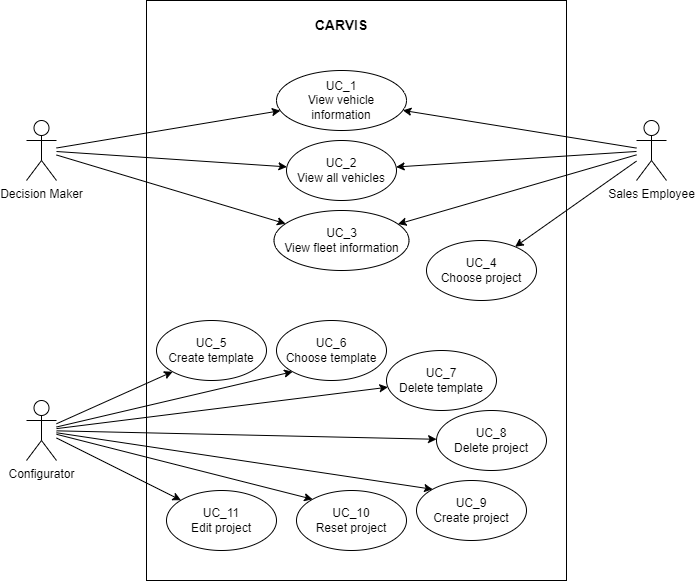
marvinkarhan/PSE-Requirements-Specification keeps this draw.io diagram as latex/tex/bilder/use_case_diagram.png. Above is the earlier version. Source tidied: cells renumbered, new cells last; positions are measured from the earlier drawing's top-left corner, leaving out a move shared by most shapes. Its diagram source:
```xml
<mxGraphModel>
  <root>
    <mxCell id="0" />
    <mxCell id="1" parent="0" />
    <mxCell id="2" style="whiteSpace=wrap;html=1;" parent="1" vertex="1">
      <mxGeometry x="120" width="420" height="580" as="geometry" />
    </mxCell>
    <mxCell id="3" style="edgeStyle=none;rounded=0;jettySize=auto;html=1;entryX=0;entryY=0;entryDx=0;entryDy=0;" parent="1" edge="1" source="10" target="23">
      <mxGeometry relative="1" as="geometry" />
    </mxCell>
    <mxCell id="4" style="edgeStyle=none;rounded=0;jettySize=auto;html=1;" parent="1" edge="1" source="10" target="24">
      <mxGeometry relative="1" as="geometry" />
    </mxCell>
    <mxCell id="5" style="edgeStyle=none;rounded=0;jettySize=auto;html=1;" parent="1" edge="1" source="10" target="27">
      <mxGeometry relative="1" as="geometry" />
    </mxCell>
    <mxCell id="6" style="edgeStyle=none;rounded=0;jettySize=auto;html=1;entryX=0;entryY=0;entryDx=0;entryDy=0;" parent="1" edge="1" source="10" target="28">
      <mxGeometry relative="1" as="geometry" />
    </mxCell>
    <mxCell id="7" style="edgeStyle=none;rounded=0;jettySize=auto;html=1;entryX=0;entryY=1;entryDx=0;entryDy=0;" parent="1" edge="1" source="10" target="25">
      <mxGeometry relative="1" as="geometry" />
    </mxCell>
    <mxCell id="8" style="edgeStyle=none;rounded=0;jettySize=auto;html=1;entryX=0;entryY=1;entryDx=0;entryDy=0;" parent="1" edge="1" source="10" target="26">
      <mxGeometry relative="1" as="geometry" />
    </mxCell>
    <mxCell id="9" style="edgeStyle=none;rounded=0;jettySize=auto;html=1;" parent="1" edge="1" source="10" target="29">
      <mxGeometry relative="1" as="geometry" />
    </mxCell>
    <mxCell id="10" value="Configurator" style="shape=umlActor;verticalLabelPosition=bottom;verticalAlign=top;html=1;outlineConnect=0;" parent="1" vertex="1">
      <mxGeometry y="400" width="30" height="60" as="geometry" />
    </mxCell>
    <mxCell id="11" style="rounded=0;jettySize=auto;html=1;" parent="1" edge="1" source="15" target="20">
      <mxGeometry relative="1" as="geometry" />
    </mxCell>
    <mxCell id="12" style="rounded=0;jettySize=auto;html=1;" parent="1" edge="1" source="15" target="21">
      <mxGeometry relative="1" as="geometry" />
    </mxCell>
    <mxCell id="13" style="edgeStyle=none;rounded=0;jettySize=auto;html=1;" parent="1" edge="1" source="15" target="22">
      <mxGeometry relative="1" as="geometry" />
    </mxCell>
    <mxCell id="14" style="edgeStyle=none;rounded=0;jettySize=auto;html=1;" parent="1" edge="1" source="15" target="31">
      <mxGeometry relative="1" as="geometry" />
    </mxCell>
    <mxCell id="15" value="Sales Employee" style="shape=umlActor;verticalLabelPosition=bottom;verticalAlign=top;html=1;outlineConnect=0;" parent="1" vertex="1">
      <mxGeometry x="610" y="120" width="30" height="60" as="geometry" />
    </mxCell>
    <mxCell id="16" style="edgeStyle=none;rounded=0;jettySize=auto;html=1;" parent="1" edge="1" source="19" target="20">
      <mxGeometry relative="1" as="geometry" />
    </mxCell>
    <mxCell id="17" style="edgeStyle=none;rounded=0;jettySize=auto;html=1;" parent="1" edge="1" source="19" target="21">
      <mxGeometry relative="1" as="geometry" />
    </mxCell>
    <mxCell id="18" style="edgeStyle=none;rounded=0;jettySize=auto;html=1;" parent="1" edge="1" source="19" target="31">
      <mxGeometry relative="1" as="geometry" />
    </mxCell>
    <mxCell id="19" value="Decision Maker" style="shape=umlActor;verticalLabelPosition=bottom;verticalAlign=top;html=1;outlineConnect=0;" parent="1" vertex="1">
      <mxGeometry y="120" width="30" height="60" as="geometry" />
    </mxCell>
    <mxCell id="20" value="UC_1&lt;br&gt;View vehicle information" style="ellipse;whiteSpace=wrap;html=1;" parent="1" vertex="1">
      <mxGeometry x="250" y="70" width="130" height="60" as="geometry" />
    </mxCell>
    <mxCell id="21" value="UC_2&lt;br&gt;View all vehicles" style="ellipse;whiteSpace=wrap;html=1;" parent="1" vertex="1">
      <mxGeometry x="260" y="140" width="110" height="60" as="geometry" />
    </mxCell>
    <mxCell id="22" value="UC_4&lt;br&gt;Choose project" style="ellipse;whiteSpace=wrap;html=1;" parent="1" vertex="1">
      <mxGeometry x="400" y="240" width="110" height="60" as="geometry" />
    </mxCell>
    <mxCell id="23" value="UC_9&lt;br&gt;Create project" style="ellipse;whiteSpace=wrap;html=1;" parent="1" vertex="1">
      <mxGeometry x="390" y="480" width="110" height="60" as="geometry" />
    </mxCell>
    <mxCell id="24" value="UC_11&lt;br&gt;Edit project" style="ellipse;whiteSpace=wrap;html=1;" parent="1" vertex="1">
      <mxGeometry x="140" y="490" width="110" height="60" as="geometry" />
    </mxCell>
    <mxCell id="25" value="UC_5&lt;br&gt;Create template" style="ellipse;whiteSpace=wrap;html=1;" parent="1" vertex="1">
      <mxGeometry x="130" y="320" width="110" height="60" as="geometry" />
    </mxCell>
    <mxCell id="26" value="UC_6&lt;br&gt;Choose template" style="ellipse;whiteSpace=wrap;html=1;" parent="1" vertex="1">
      <mxGeometry x="250" y="320" width="110" height="60" as="geometry" />
    </mxCell>
    <mxCell id="27" value="UC_8&lt;br&gt;Delete project" style="ellipse;whiteSpace=wrap;html=1;" parent="1" vertex="1">
      <mxGeometry x="410" y="410" width="110" height="60" as="geometry" />
    </mxCell>
    <mxCell id="28" value="UC_10&lt;br&gt;Reset project" style="ellipse;whiteSpace=wrap;html=1;" parent="1" vertex="1">
      <mxGeometry x="270" y="490" width="110" height="60" as="geometry" />
    </mxCell>
    <mxCell id="29" value="UC_7&lt;br&gt;Delete template" style="ellipse;whiteSpace=wrap;html=1;" parent="1" vertex="1">
      <mxGeometry x="360" y="350" width="110" height="60" as="geometry" />
    </mxCell>
    <mxCell id="30" value="&lt;b&gt;&lt;font style=&quot;font-size: 14px;&quot;&gt;CARVIS&lt;/font&gt;&lt;/b&gt;" style="text;html=1;strokeColor=none;fillColor=none;align=center;verticalAlign=middle;whiteSpace=wrap;rounded=0;" parent="1" vertex="1">
      <mxGeometry x="285" y="10" width="60" height="30" as="geometry" />
    </mxCell>
    <mxCell id="31" value="UC_3&lt;br&gt;View fleet information" style="ellipse;whiteSpace=wrap;html=1;" parent="1" vertex="1">
      <mxGeometry x="247.5" y="210" width="135" height="60" as="geometry" />
    </mxCell>
  </root>
</mxGraphModel>
```
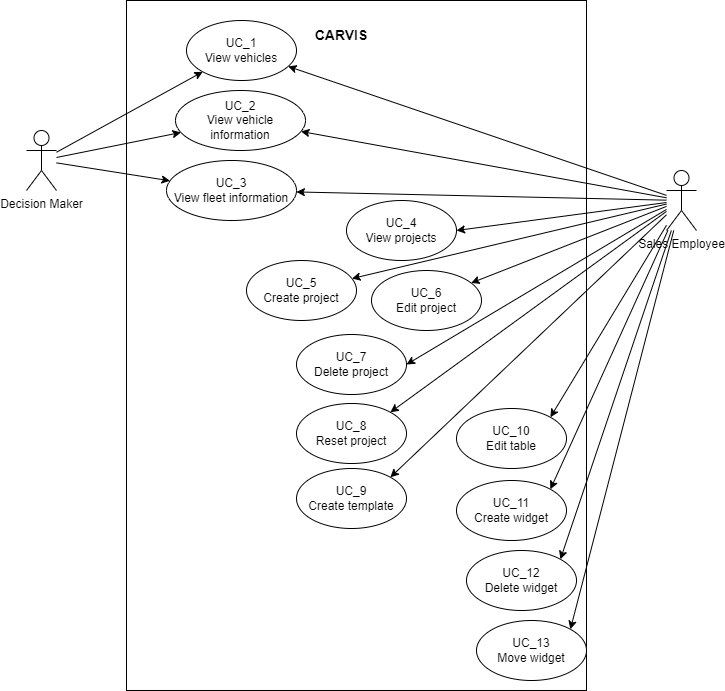
After the change.

What changed in the source:
```diff
@@ -3,46 +3,49 @@
     <mxCell id="0" />
     <mxCell id="1" parent="0" />
     <mxCell id="2" style="whiteSpace=wrap;html=1;" parent="1" vertex="1">
-      <mxGeometry x="120" width="420" height="580" as="geometry" />
+      <mxGeometry x="100" y="-10" width="460" height="690" as="geometry" />
     </mxCell>
-    <mxCell id="3" style="edgeStyle=none;rounded=0;jettySize=auto;html=1;entryX=0;entryY=0;entryDx=0;entryDy=0;" parent="1" edge="1" source="10" target="23">
-      <mxGeometry relative="1" as="geometry" />
-    </mxCell>
-    <mxCell id="4" style="edgeStyle=none;rounded=0;jettySize=auto;html=1;" parent="1" edge="1" source="10" target="24">
-      <mxGeometry relative="1" as="geometry" />
-    </mxCell>
-    <mxCell id="5" style="edgeStyle=none;rounded=0;jettySize=auto;html=1;" parent="1" edge="1" source="10" target="27">
-      <mxGeometry relative="1" as="geometry" />
-    </mxCell>
-    <mxCell id="6" style="edgeStyle=none;rounded=0;jettySize=auto;html=1;entryX=0;entryY=0;entryDx=0;entryDy=0;" parent="1" edge="1" source="10" target="28">
-      <mxGeometry relative="1" as="geometry" />
-    </mxCell>
-    <mxCell id="7" style="edgeStyle=none;rounded=0;jettySize=auto;html=1;entryX=0;entryY=1;entryDx=0;entryDy=0;" parent="1" edge="1" source="10" target="25">
-      <mxGeometry relative="1" as="geometry" />
-    </mxCell>
-    <mxCell id="8" style="edgeStyle=none;rounded=0;jettySize=auto;html=1;entryX=0;entryY=1;entryDx=0;entryDy=0;" parent="1" edge="1" source="10" target="26">
-      <mxGeometry relative="1" as="geometry" />
-    </mxCell>
-    <mxCell id="9" style="edgeStyle=none;rounded=0;jettySize=auto;html=1;" parent="1" edge="1" source="10" target="29">
-      <mxGeometry relative="1" as="geometry" />
-    </mxCell>
-    <mxCell id="10" value="Configurator" style="shape=umlActor;verticalLabelPosition=bottom;verticalAlign=top;html=1;outlineConnect=0;" parent="1" vertex="1">
-      <mxGeometry y="400" width="30" height="60" as="geometry" />
-    </mxCell>
     <mxCell id="11" style="rounded=0;jettySize=auto;html=1;" parent="1" edge="1" source="15" target="20">
       <mxGeometry relative="1" as="geometry" />
     </mxCell>
     <mxCell id="12" style="rounded=0;jettySize=auto;html=1;" parent="1" edge="1" source="15" target="21">
       <mxGeometry relative="1" as="geometry" />
     </mxCell>
+    <mxCell id="14" style="edgeStyle=none;rounded=0;jettySize=auto;html=1;" parent="1" edge="1" source="15" target="31">
+      <mxGeometry relative="1" as="geometry" />
+    </mxCell>
+    <mxCell id="32" style="rounded=0;jettySize=auto;html=1;entryX=1;entryY=0.5;entryDx=0;entryDy=0;" parent="1" edge="1" source="15" target="42">
+      <mxGeometry relative="1" as="geometry" />
+    </mxCell>
     <mxCell id="13" style="edgeStyle=none;rounded=0;jettySize=auto;html=1;" parent="1" edge="1" source="15" target="22">
       <mxGeometry relative="1" as="geometry" />
     </mxCell>
-    <mxCell id="14" style="edgeStyle=none;rounded=0;jettySize=auto;html=1;" parent="1" edge="1" source="15" target="31">
-      <mxGeometry relative="1" as="geometry" />
-    </mxCell>
+    <mxCell id="33" style="edgeStyle=none;rounded=0;jettySize=auto;html=1;" parent="1" edge="1" source="15" target="43">
+      <mxGeometry relative="1" as="geometry" />
+    </mxCell>
+    <mxCell id="34" style="edgeStyle=none;rounded=0;jettySize=auto;html=1;entryX=1;entryY=0;entryDx=0;entryDy=0;" parent="1" edge="1" source="15" target="23">
+      <mxGeometry relative="1" as="geometry" />
+    </mxCell>
+    <mxCell id="35" style="edgeStyle=none;rounded=0;jettySize=auto;html=1;entryX=1;entryY=0;entryDx=0;entryDy=0;" parent="1" edge="1" source="15" target="27">
+      <mxGeometry relative="1" as="geometry" />
+    </mxCell>
+    <mxCell id="36" style="edgeStyle=none;rounded=0;jettySize=auto;html=1;entryX=1;entryY=0;entryDx=0;entryDy=0;" parent="1" edge="1" source="15" target="24">
+      <mxGeometry relative="1" as="geometry" />
+    </mxCell>
+    <mxCell id="37" style="edgeStyle=none;rounded=0;jettySize=auto;html=1;entryX=1;entryY=0;entryDx=0;entryDy=0;" parent="1" edge="1" source="15" target="25">
+      <mxGeometry relative="1" as="geometry" />
+    </mxCell>
+    <mxCell id="38" style="edgeStyle=none;rounded=0;jettySize=auto;html=1;entryX=1;entryY=0.5;entryDx=0;entryDy=0;" parent="1" edge="1" source="15" target="41">
+      <mxGeometry relative="1" as="geometry" />
+    </mxCell>
+    <mxCell id="39" style="edgeStyle=none;rounded=0;jettySize=auto;html=1;entryX=1;entryY=0;entryDx=0;entryDy=0;" parent="1" edge="1" source="15" target="44">
+      <mxGeometry relative="1" as="geometry" />
+    </mxCell>
+    <mxCell id="40" style="edgeStyle=none;rounded=0;jettySize=auto;html=1;entryX=1;entryY=0;entryDx=0;entryDy=0;" parent="1" edge="1" source="15" target="28">
+      <mxGeometry relative="1" as="geometry" />
+    </mxCell>
-    <mxCell id="15" value="Sales Employee" style="shape=umlActor;verticalLabelPosition=bottom;verticalAlign=top;html=1;outlineConnect=0;" parent="1" vertex="1">
-      <mxGeometry x="610" y="120" width="30" height="60" as="geometry" />
+    <mxCell id="15" value="Sales Employee" style="shape=umlActor;verticalLabelPosition=bottom;verticalAlign=top;html=1;outlineConnect=0;fillColor=default;" parent="1" vertex="1">
+      <mxGeometry x="640" y="160" width="30" height="60" as="geometry" />
     </mxCell>
     <mxCell id="16" style="edgeStyle=none;rounded=0;jettySize=auto;html=1;" parent="1" edge="1" source="19" target="20">
       <mxGeometry relative="1" as="geometry" />
@@ -56,41 +59,47 @@
     <mxCell id="19" value="Decision Maker" style="shape=umlActor;verticalLabelPosition=bottom;verticalAlign=top;html=1;outlineConnect=0;" parent="1" vertex="1">
       <mxGeometry y="120" width="30" height="60" as="geometry" />
     </mxCell>
-    <mxCell id="20" value="UC_1&lt;br&gt;View vehicle information" style="ellipse;whiteSpace=wrap;html=1;" parent="1" vertex="1">
-      <mxGeometry x="250" y="70" width="130" height="60" as="geometry" />
+    <mxCell id="20" value="UC_2&lt;br&gt;View vehicle information" style="ellipse;whiteSpace=wrap;html=1;" parent="1" vertex="1">
+      <mxGeometry x="149" y="80" width="130" height="60" as="geometry" />
     </mxCell>
-    <mxCell id="21" value="UC_2&lt;br&gt;View all vehicles" style="ellipse;whiteSpace=wrap;html=1;" parent="1" vertex="1">
-      <mxGeometry x="260" y="140" width="110" height="60" as="geometry" />
+    <mxCell id="21" value="UC_1&lt;br&gt;View vehicles" style="ellipse;whiteSpace=wrap;html=1;" parent="1" vertex="1">
+      <mxGeometry x="160" y="10" width="110" height="60" as="geometry" />
     </mxCell>
-    <mxCell id="22" value="UC_4&lt;br&gt;Choose project" style="ellipse;whiteSpace=wrap;html=1;" parent="1" vertex="1">
-      <mxGeometry x="400" y="240" width="110" height="60" as="geometry" />
+    <mxCell id="22" value="UC_6&lt;br&gt;Edit project" style="ellipse;whiteSpace=wrap;html=1;" parent="1" vertex="1">
+      <mxGeometry x="345" y="260" width="110" height="60" as="geometry" />
     </mxCell>
-    <mxCell id="23" value="UC_9&lt;br&gt;Create project" style="ellipse;whiteSpace=wrap;html=1;" parent="1" vertex="1">
-      <mxGeometry x="390" y="480" width="110" height="60" as="geometry" />
+    <mxCell id="23" value="UC_10&lt;br&gt;Edit table" style="ellipse;whiteSpace=wrap;html=1;" parent="1" vertex="1">
+      <mxGeometry x="430" y="398" width="110" height="60" as="geometry" />
     </mxCell>
-    <mxCell id="24" value="UC_11&lt;br&gt;Edit project" style="ellipse;whiteSpace=wrap;html=1;" parent="1" vertex="1">
-      <mxGeometry x="140" y="490" width="110" height="60" as="geometry" />
+    <mxCell id="24" value="UC_12&lt;br&gt;Delete widget" style="ellipse;whiteSpace=wrap;html=1;" parent="1" vertex="1">
+      <mxGeometry x="440" y="540" width="110" height="60" as="geometry" />
     </mxCell>
-    <mxCell id="25" value="UC_5&lt;br&gt;Create template" style="ellipse;whiteSpace=wrap;html=1;" parent="1" vertex="1">
-      <mxGeometry x="130" y="320" width="110" height="60" as="geometry" />
+    <mxCell id="25" value="UC_13&lt;br&gt;Move widget" style="ellipse;whiteSpace=wrap;html=1;" parent="1" vertex="1">
+      <mxGeometry x="450" y="610" width="110" height="60" as="geometry" />
     </mxCell>
-    <mxCell id="26" value="UC_6&lt;br&gt;Choose template" style="ellipse;whiteSpace=wrap;html=1;" parent="1" vertex="1">
-      <mxGeometry x="250" y="320" width="110" height="60" as="geometry" />
-    </mxCell>
-    <mxCell id="27" value="UC_8&lt;br&gt;Delete project" style="ellipse;whiteSpace=wrap;html=1;" parent="1" vertex="1">
-      <mxGeometry x="410" y="410" width="110" height="60" as="geometry" />
+    <mxCell id="27" value="UC_11&lt;br&gt;Create widget" style="ellipse;whiteSpace=wrap;html=1;" parent="1" vertex="1">
+      <mxGeometry x="430" y="470" width="110" height="60" as="geometry" />
     </mxCell>
-    <mxCell id="28" value="UC_10&lt;br&gt;Reset project" style="ellipse;whiteSpace=wrap;html=1;" parent="1" vertex="1">
-      <mxGeometry x="270" y="490" width="110" height="60" as="geometry" />
+    <mxCell id="28" value="UC_8&lt;br&gt;Reset project" style="ellipse;whiteSpace=wrap;html=1;" parent="1" vertex="1">
+      <mxGeometry x="270" y="393" width="110" height="60" as="geometry" />
     </mxCell>
-    <mxCell id="29" value="UC_7&lt;br&gt;Delete template" style="ellipse;whiteSpace=wrap;html=1;" parent="1" vertex="1">
-      <mxGeometry x="360" y="350" width="110" height="60" as="geometry" />
-    </mxCell>
     <mxCell id="30" value="&lt;b&gt;&lt;font style=&quot;font-size: 14px;&quot;&gt;CARVIS&lt;/font&gt;&lt;/b&gt;" style="text;html=1;strokeColor=none;fillColor=none;align=center;verticalAlign=middle;whiteSpace=wrap;rounded=0;" parent="1" vertex="1">
       <mxGeometry x="285" y="10" width="60" height="30" as="geometry" />
     </mxCell>
     <mxCell id="31" value="UC_3&lt;br&gt;View fleet information" style="ellipse;whiteSpace=wrap;html=1;" parent="1" vertex="1">
-      <mxGeometry x="247.5" y="210" width="135" height="60" as="geometry" />
+      <mxGeometry x="140" y="150" width="130" height="60" as="geometry" />
     </mxCell>
+    <mxCell id="41" value="UC_7&lt;br&gt;Delete project" style="ellipse;whiteSpace=wrap;html=1;" parent="1" vertex="1">
+      <mxGeometry x="270" y="324" width="110" height="60" as="geometry" />
+    </mxCell>
+    <mxCell id="42" value="UC_4&lt;br&gt;View projects" style="ellipse;whiteSpace=wrap;html=1;" parent="1" vertex="1">
+      <mxGeometry x="320" y="190" width="110" height="60" as="geometry" />
+    </mxCell>
+    <mxCell id="43" value="UC_5&lt;br&gt;Create project" style="ellipse;whiteSpace=wrap;html=1;" parent="1" vertex="1">
+      <mxGeometry x="220" y="250" width="110" height="60" as="geometry" />
+    </mxCell>
+    <mxCell id="44" value="UC_9&lt;br&gt;Create template" style="ellipse;whiteSpace=wrap;html=1;" parent="1" vertex="1">
+      <mxGeometry x="270" y="458" width="110" height="60" as="geometry" />
+    </mxCell>
   </root>
 </mxGraphModel>
```
